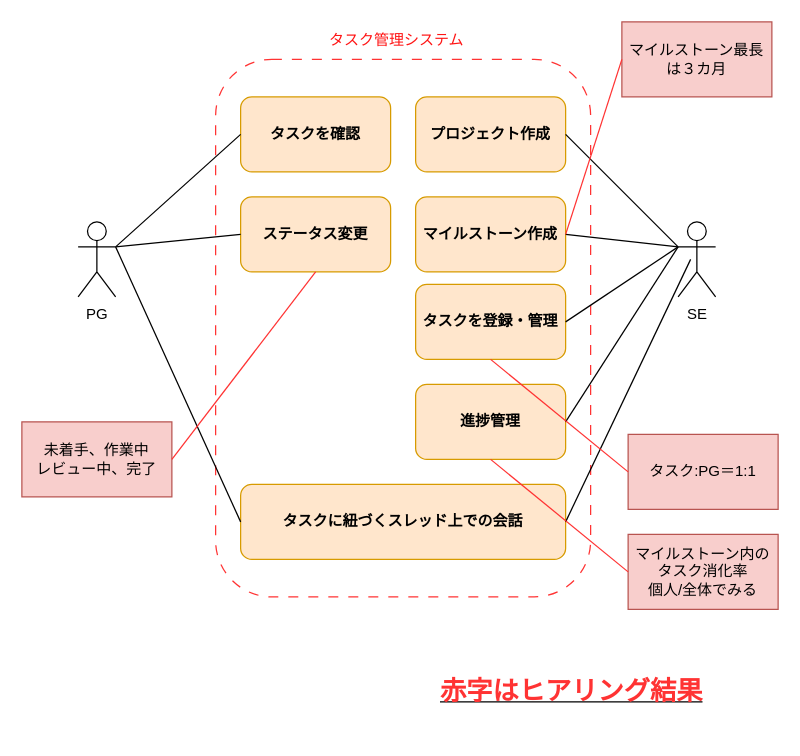
Earlier version of the draw.io diagram page "ユースケース図" (2 of 4) of 名称未設定ファイル.drawio (dqi4/git_practice). Source tidied: cells renumbered, new cells numbered last; positions are measured from the earlier drawing's top-left corner, leaving out a move shared by most shapes. Both pictures are drawn from the tidied source at 125%, with x=0, y=0 at pixel (21, 21).
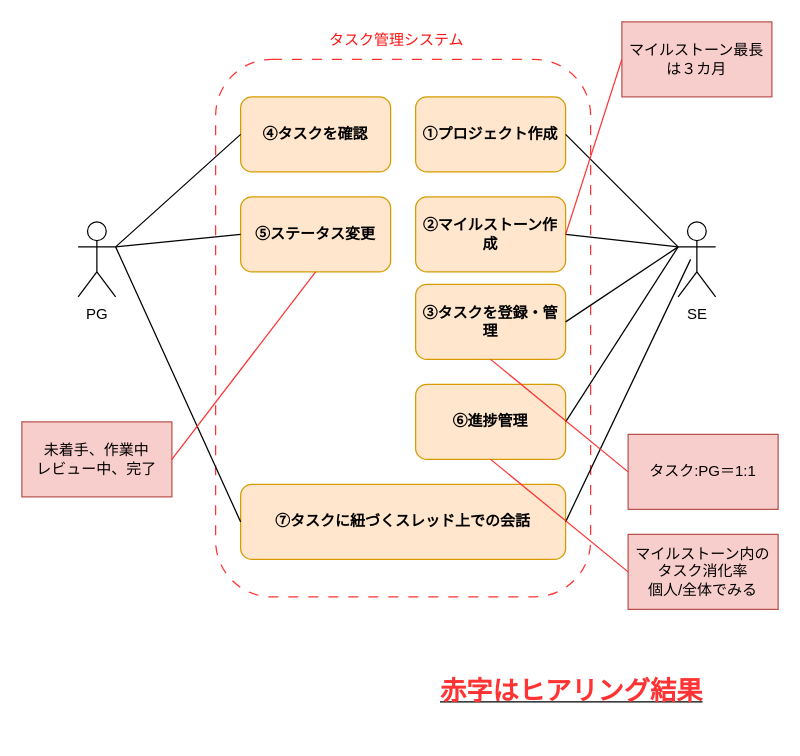
After the change.

Diff of the diagram source:
```diff
@@
-    <mxCell id="6" value="&lt;font&gt;タスクを登録・管理&lt;/font&gt;" style="rounded=1;whiteSpace=wrap;html=1;fillColor=#ffe6cc;strokeColor=#d79b00;fontColor=#000000;fontStyle=1;" parent="1" vertex="1">
+    <mxCell id="6" value="&lt;font&gt;③タスクを登録・管理&lt;/font&gt;" style="rounded=1;whiteSpace=wrap;html=1;fillColor=#ffe6cc;strokeColor=#d79b00;fontColor=#000000;fontStyle=1;" parent="1" vertex="1">
       <mxGeometry x="315" y="210" width="120" height="60" as="geometry" />
     </mxCell>
-    <mxCell id="7" value="&lt;font&gt;ステータス変更&lt;/font&gt;" style="rounded=1;whiteSpace=wrap;html=1;fillColor=#ffe6cc;strokeColor=#d79b00;fontColor=#000000;fontStyle=1;" parent="1" vertex="1">
+    <mxCell id="7" value="&lt;font&gt;⑤ステータス変更&lt;/font&gt;" style="rounded=1;whiteSpace=wrap;html=1;fillColor=#ffe6cc;strokeColor=#d79b00;fontColor=#000000;fontStyle=1;" parent="1" vertex="1">
       <mxGeometry x="175" y="140" width="120" height="60" as="geometry" />
     </mxCell>
-    <mxCell id="8" value="&lt;font&gt;タスクを確認&lt;/font&gt;" style="rounded=1;whiteSpace=wrap;html=1;fillColor=#ffe6cc;strokeColor=#d79b00;fontColor=#000000;fontStyle=1;" parent="1" vertex="1">
+    <mxCell id="8" value="&lt;font&gt;④タスクを確認&lt;/font&gt;" style="rounded=1;whiteSpace=wrap;html=1;fillColor=#ffe6cc;strokeColor=#d79b00;fontColor=#000000;fontStyle=1;" parent="1" vertex="1">
       <mxGeometry x="175" y="60" width="120" height="60" as="geometry" />
     </mxCell>
-    <mxCell id="9" value="&lt;font&gt;進捗管理&lt;/font&gt;" style="rounded=1;whiteSpace=wrap;html=1;fillColor=#ffe6cc;strokeColor=#d79b00;fontColor=#000000;fontStyle=1;" parent="1" vertex="1">
+    <mxCell id="9" value="&lt;font&gt;⑥進捗管理&lt;/font&gt;" style="rounded=1;whiteSpace=wrap;html=1;fillColor=#ffe6cc;strokeColor=#d79b00;fontColor=#000000;fontStyle=1;" parent="1" vertex="1">
       <mxGeometry x="315" y="290" width="120" height="60" as="geometry" />
     </mxCell>
@@
-    <mxCell id="12" value="&lt;font&gt;プロジェクト作成&lt;/font&gt;" style="rounded=1;whiteSpace=wrap;html=1;fillColor=#ffe6cc;strokeColor=#d79b00;fontColor=#000000;fontStyle=1;" parent="1" vertex="1">
+    <mxCell id="12" value="&lt;font&gt;①プロジェクト作成&lt;/font&gt;" style="rounded=1;whiteSpace=wrap;html=1;fillColor=#ffe6cc;strokeColor=#d79b00;fontColor=#000000;fontStyle=1;" parent="1" vertex="1">
       <mxGeometry x="315" y="60" width="120" height="60" as="geometry" />
     </mxCell>
-    <mxCell id="13" value="&lt;font&gt;マイルストーン作成&lt;/font&gt;" style="rounded=1;whiteSpace=wrap;html=1;fillColor=#ffe6cc;strokeColor=#d79b00;fontColor=#000000;fontStyle=1;" parent="1" vertex="1">
+    <mxCell id="13" value="&lt;font&gt;②マイルストーン作成&lt;/font&gt;" style="rounded=1;whiteSpace=wrap;html=1;fillColor=#ffe6cc;strokeColor=#d79b00;fontColor=#000000;fontStyle=1;" parent="1" vertex="1">
       <mxGeometry x="315" y="140" width="120" height="60" as="geometry" />
     </mxCell>
@@
-    <mxCell id="18" value="&lt;font&gt;タスクに紐づくスレッド上での会話&lt;/font&gt;" style="rounded=1;whiteSpace=wrap;html=1;fillColor=#ffe6cc;strokeColor=#d79b00;fontColor=#000000;fontStyle=1;" parent="1" vertex="1">
+    <mxCell id="18" value="&lt;font&gt;⑦タスクに紐づくスレッド上での会話&lt;/font&gt;" style="rounded=1;whiteSpace=wrap;html=1;fillColor=#ffe6cc;strokeColor=#d79b00;fontColor=#000000;fontStyle=1;" parent="1" vertex="1">
       <mxGeometry x="175" y="370" width="260" height="60" as="geometry" />
     </mxCell>
```
